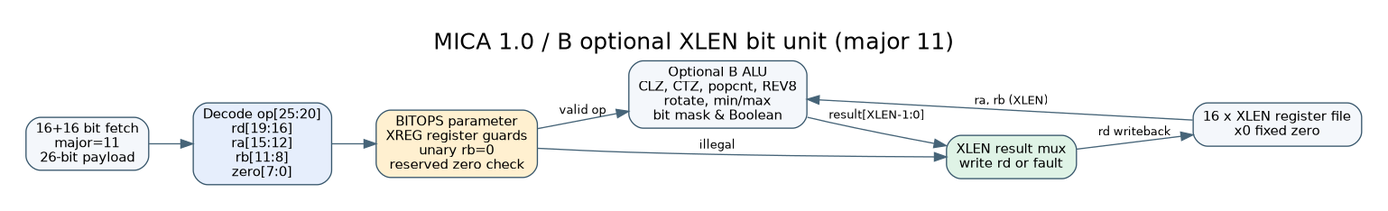
The Graphviz diagram schematics/09-bit-unit.png in RobertFlexx/MICA, before a commit. Its source is kept beside it as schematics/09-bit-unit.dot. Its diagram source:
```dot
digraph mica_bit {
  graph [label="MICA 1.0 / B optional XLEN bit unit (major 11)", labelloc=t, rankdir=LR, fontsize=19, fontname="DejaVu Sans", bgcolor="white", pad=.3];
  node [shape=box, style="rounded,filled", fillcolor="#f4f7fb",color="#38576c",fontname="DejaVu Sans",fontsize=11];
  edge [color="#466478",fontname="DejaVu Sans",fontsize=10];
  fetch [label="16+16 bit fetch\nmajor=11\n26-bit payload"];
  ctrl [label="Decode op[25:20]\nrd[19:16]\nra[15:12]\nrb[11:8]\nzero[7:0]",fillcolor="#e6eefc"];
  guards [label="BITOPS parameter\nXREG register guards\nunary rb=0\nreserved zero check",fillcolor="#fff0d0"];
  rf [label="16 x XLEN register file\nx0 fixed zero"];
  ops [label="Optional B ALU\nCLZ, CTZ, popcnt, REV8\nrotate, min/max\nbit mask & Boolean"];
  mux [label="XLEN result mux\nwrite rd or fault",fillcolor="#dff3e6"];
  fetch->ctrl;ctrl->guards;guards->ops [label="valid op"];guards->mux [label="illegal"];rf->ops [label="ra, rb (XLEN)"];ops->mux [label="result[XLEN-1:0]"];mux->rf [label="rd writeback"];
}
```
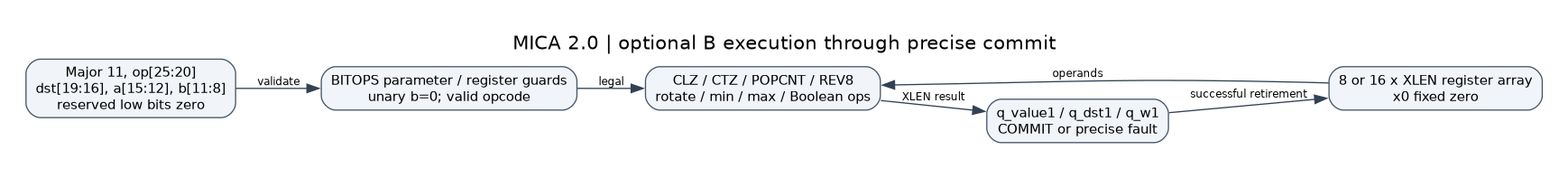
Later version of the same file.

Change to the diagram source:
```diff
@@ -1,12 +1,16 @@
-digraph mica_bit {
-  graph [label="MICA 1.0 / B optional XLEN bit unit (major 11)", labelloc=t, rankdir=LR, fontsize=19, fontname="DejaVu Sans", bgcolor="white", pad=.3];
-  node [shape=box, style="rounded,filled", fillcolor="#f4f7fb",color="#38576c",fontname="DejaVu Sans",fontsize=11];
-  edge [color="#466478",fontname="DejaVu Sans",fontsize=10];
-  fetch [label="16+16 bit fetch\nmajor=11\n26-bit payload"];
-  ctrl [label="Decode op[25:20]\nrd[19:16]\nra[15:12]\nrb[11:8]\nzero[7:0]",fillcolor="#e6eefc"];
-  guards [label="BITOPS parameter\nXREG register guards\nunary rb=0\nreserved zero check",fillcolor="#fff0d0"];
-  rf [label="16 x XLEN register file\nx0 fixed zero"];
-  ops [label="Optional B ALU\nCLZ, CTZ, popcnt, REV8\nrotate, min/max\nbit mask & Boolean"];
-  mux [label="XLEN result mux\nwrite rd or fault",fillcolor="#dff3e6"];
-  fetch->ctrl;ctrl->guards;guards->ops [label="valid op"];guards->mux [label="illegal"];rf->ops [label="ra, rb (XLEN)"];ops->mux [label="result[XLEN-1:0]"];mux->rf [label="rd writeback"];
+digraph G {
+graph [rankdir=LR,labelloc=t,fontname="DejaVu Sans",fontsize=16,pad=0.3];
+node [shape=box,style="rounded,filled",fillcolor="#f1f5f9",color="#475569",fontname="DejaVu Sans",fontsize=11];
+edge [fontname="DejaVu Sans",fontsize=9,color="#334155"];
+label="MICA 2.0 | optional B execution through precise commit";
+decode [label="Major 11, op[25:20]\ndst[19:16], a[15:12], b[11:8]\nreserved low bits zero"];
+guard [label="BITOPS parameter / register guards\nunary b=0; valid opcode"];
+rf [label="8 or 16 x XLEN register array\nx0 fixed zero"];
+alu [label="CLZ / CTZ / POPCNT / REV8\nrotate / min / max / Boolean ops"];
+pending [label="q_value1 / q_dst1 / q_w1\nCOMMIT or precise fault"];
+decode -> guard [label="validate"];
+rf -> alu [label="operands"];
+guard -> alu [label="legal"];
+alu -> pending [label="XLEN result"];
+pending -> rf [label="successful retirement"];
 }
```
